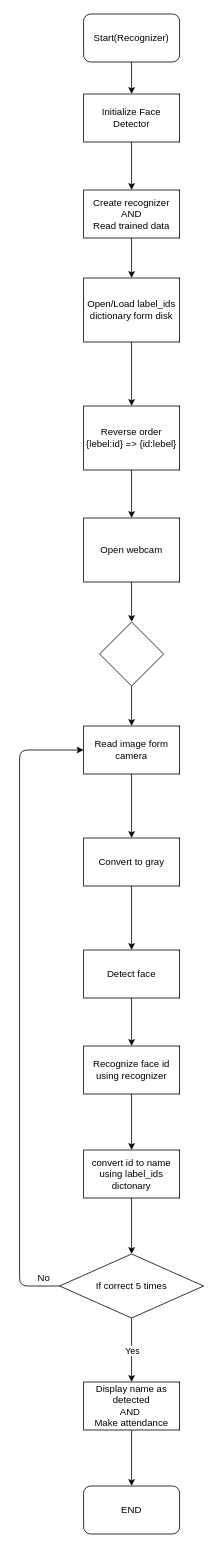
Before: Documentation/Flow Diagram/recognizer.drawio in prashantsingh2408/Face-Recognition-Attendance-System, a draw.io diagram. Source tidied: cells renumbered, new cells numbered last; positions are measured from the earlier drawing's top-left corner, leaving out a move shared by most shapes. Both pictures are drawn from the tidied source at 80%, with x=0, y=0 at pixel (19, 14).
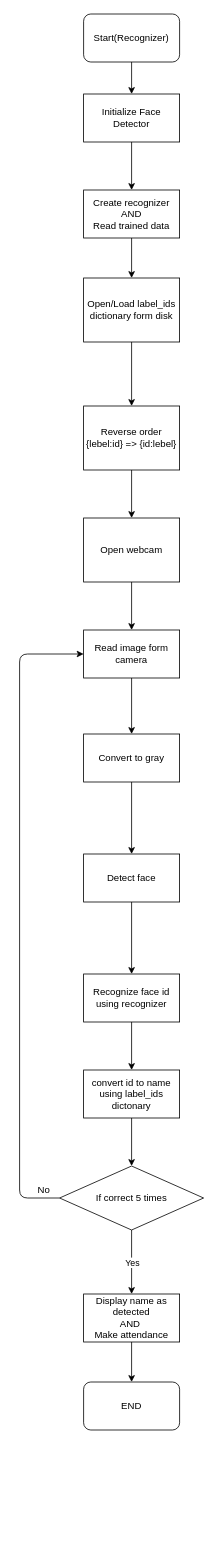
After the change.

Unchanged cells that the change refers to:
```xml
<mxCell id="13" value="Open webcam" style="rounded=0;whiteSpace=wrap;html=1;" parent="1" vertex="1">
  <mxGeometry x="80" y="630" width="120" height="80" as="geometry" />
</mxCell>
```

Diff of the diagram source:
```diff
@@
-    <mxCell id="12" style="edgeStyle=orthogonalEdgeStyle;rounded=0;jettySize=auto;html=1;" parent="1" edge="1" source="13" target="15">
+    <mxCell id="12" style="edgeStyle=orthogonalEdgeStyle;rounded=0;jettySize=auto;html=1;entryX=0.5;entryY=0;entryDx=0;entryDy=0;" parent="1" edge="1" source="13" target="17">
       <mxGeometry relative="1" as="geometry" />
     </mxCell>
@@
-    <mxCell id="14" style="edgeStyle=orthogonalEdgeStyle;rounded=0;jettySize=auto;html=1;" parent="1" edge="1" source="15" target="17">
-      <mxGeometry relative="1" as="geometry" />
-    </mxCell>
-    <mxCell id="15" style="rhombus;whiteSpace=wrap;html=1;" parent="1" vertex="1">
-      <mxGeometry x="100" y="760" width="80" height="80" as="geometry" />
-    </mxCell>
@@
     <mxCell id="17" value="Read image form camera" style="whiteSpace=wrap;html=1;" parent="1" vertex="1">
-      <mxGeometry x="80" y="890" width="120" height="60" as="geometry" />
+      <mxGeometry x="80" y="770" width="120" height="60" as="geometry" />
     </mxCell>
@@
     <mxCell id="19" value="Convert to gray" style="whiteSpace=wrap;html=1;" parent="1" vertex="1">
-      <mxGeometry x="80" y="1030" width="120" height="60" as="geometry" />
+      <mxGeometry x="80" y="900" width="120" height="60" as="geometry" />
     </mxCell>
@@
     <mxCell id="21" value="Detect face" style="whiteSpace=wrap;html=1;" parent="1" vertex="1">
-      <mxGeometry x="80" y="1170" width="120" height="60" as="geometry" />
+      <mxGeometry x="80" y="1050" width="120" height="60" as="geometry" />
     </mxCell>
@@
     <mxCell id="23" value="Recognize face id using recognizer" style="whiteSpace=wrap;html=1;" parent="1" vertex="1">
-      <mxGeometry x="80" y="1290" width="120" height="60" as="geometry" />
+      <mxGeometry x="80" y="1200" width="120" height="60" as="geometry" />
     </mxCell>
     <mxCell id="24" value="If correct 5 times" style="rhombus;whiteSpace=wrap;html=1;" parent="1" vertex="1">
-      <mxGeometry x="50" y="1550" width="180" height="80" as="geometry" />
+      <mxGeometry x="50" y="1440" width="180" height="80" as="geometry" />
     </mxCell>
@@
     <mxCell id="26" value="Display name as detected&lt;br&gt;AND&amp;nbsp;&lt;br&gt;Make attendance" style="whiteSpace=wrap;html=1;" parent="1" vertex="1">
-      <mxGeometry x="80" y="1710" width="120" height="60" as="geometry" />
+      <mxGeometry x="80" y="1600" width="120" height="60" as="geometry" />
     </mxCell>
@@
     <mxCell id="29" style="endArrow=classic;html=1;exitX=0;exitY=0.5;exitDx=0;exitDy=0;entryX=0;entryY=0.5;entryDx=0;entryDy=0;" parent="1" edge="1" source="24" target="17">
       <mxGeometry relative="1" as="geometry">
         <Array as="points">
-          <mxPoint y="1590" />
-          <mxPoint y="920" />
+          <mxPoint y="1480" />
+          <mxPoint y="800" />
         </Array>
       </mxGeometry>
     </mxCell>
     <mxCell id="30" value="No" style="text;html=1;align=center;verticalAlign=middle;" parent="1" vertex="1">
-      <mxGeometry x="15" y="1570" width="30" height="20" as="geometry" />
+      <mxGeometry x="15" y="1460" width="30" height="20" as="geometry" />
     </mxCell>
@@
     <mxCell id="32" value="convert id to name using label_ids dictonary" style="rounded=0;whiteSpace=wrap;html=1;" parent="1" vertex="1">
-      <mxGeometry x="80" y="1420" width="120" height="60" as="geometry" />
+      <mxGeometry x="80" y="1320" width="120" height="60" as="geometry" />
     </mxCell>
     <mxCell id="33" value="END" style="rounded=1;whiteSpace=wrap;html=1;" parent="1" vertex="1">
-      <mxGeometry x="80" y="1840" width="120" height="60" as="geometry" />
+      <mxGeometry x="80" y="1710" width="120" height="60" as="geometry" />
     </mxCell>
```
